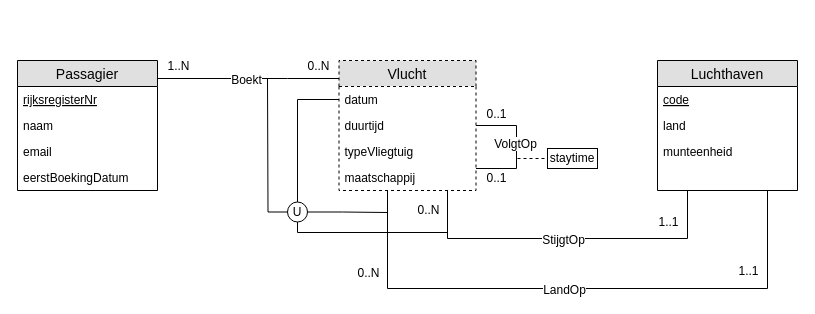
Earlier version of the draw.io diagram workshops/02-zwakke_entiteiten/solutions/exercise-8.drawio (HOGENT-Databases/DB1-Workshops). Source tidied: cells renumbered, new cells numbered last; positions are measured from the earlier drawing's top-left corner, leaving out a move shared by most shapes. Both pictures are drawn from the tidied source at 100%, with x=0, y=0 at pixel (17, 60).
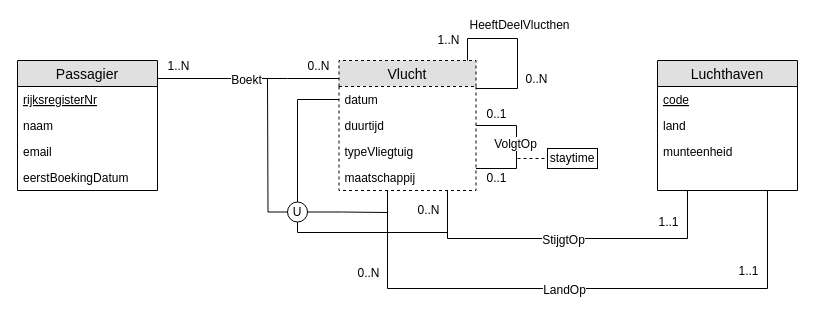
The same diagram, later.

The change refers to these unchanged cells:
```xml
<mxCell id="7" value="Vlucht" style="swimlane;fontStyle=0;horizontal=1;startSize=26;fillColor=#e0e0e0;swimlaneFillColor=#ffffff;align=center;fontSize=14;html=0;dashed=1;" parent="1" vertex="1">
  <mxGeometry x="321.5" width="137" height="130" as="geometry" />
</mxCell>
```

What changed in the source:
```diff
@@
+    <mxCell id="39" style="edgeStyle=orthogonalEdgeStyle;fontSize=12;html=1;endArrow=none;jumpSize=6;strokeWidth=1;endFill=0;rounded=0;jumpStyle=none;" parent="1" edge="1" source="7" target="7">
+      <mxGeometry relative="1" as="geometry">
+        <Array as="points">
+          <mxPoint x="450" y="-22" />
+          <mxPoint x="500" y="-22" />
+          <mxPoint x="500" y="28" />
+        </Array>
+      </mxGeometry>
+    </mxCell>
+    <mxCell id="40" value="1..N" style="text;html=1;align=center;verticalAlign=middle;labelBackgroundColor=#ffffff;" parent="39" vertex="1">
+      <mxGeometry x="-0.88" y="-1" relative="1" as="geometry">
+        <mxPoint x="-21" y="-11" as="offset" />
+      </mxGeometry>
+    </mxCell>
+    <mxCell id="41" value="0..N" style="text;html=1;align=center;verticalAlign=middle;labelBackgroundColor=#ffffff;" parent="39" vertex="1">
+      <mxGeometry x="0.83" y="1" relative="1" as="geometry">
+        <mxPoint x="46" y="-11" as="offset" />
+      </mxGeometry>
+    </mxCell>
+    <mxCell id="42" value="HeeftDeelVlucthen" style="text;html=1;align=center;verticalAlign=bottom;labelBackgroundColor=#ffffff;direction=south;" parent="39" vertex="1">
+      <mxGeometry x="-0.03" y="-2" relative="1" as="geometry">
+        <mxPoint x="3" y="-12" as="offset" />
+      </mxGeometry>
+    </mxCell>
```
